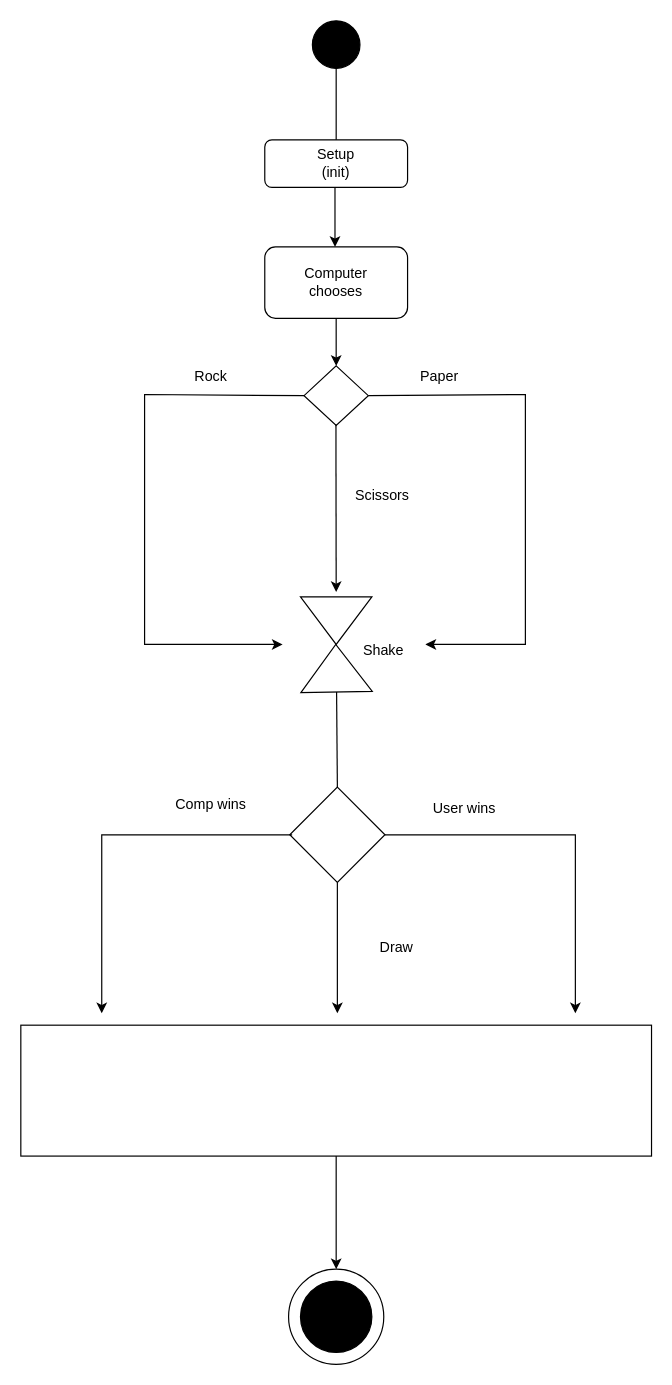
This is rockpaperscissors.drawio from feli5659/rockpaperscissors, a draw.io file, before an edit. Source tidied: cells renumbered, new cells numbered last; positions are measured from the earlier drawing's top-left corner, leaving out a move shared by most shapes. Both pictures are drawn from the tidied source at 119%, with x=0, y=0 at pixel (20, 20).
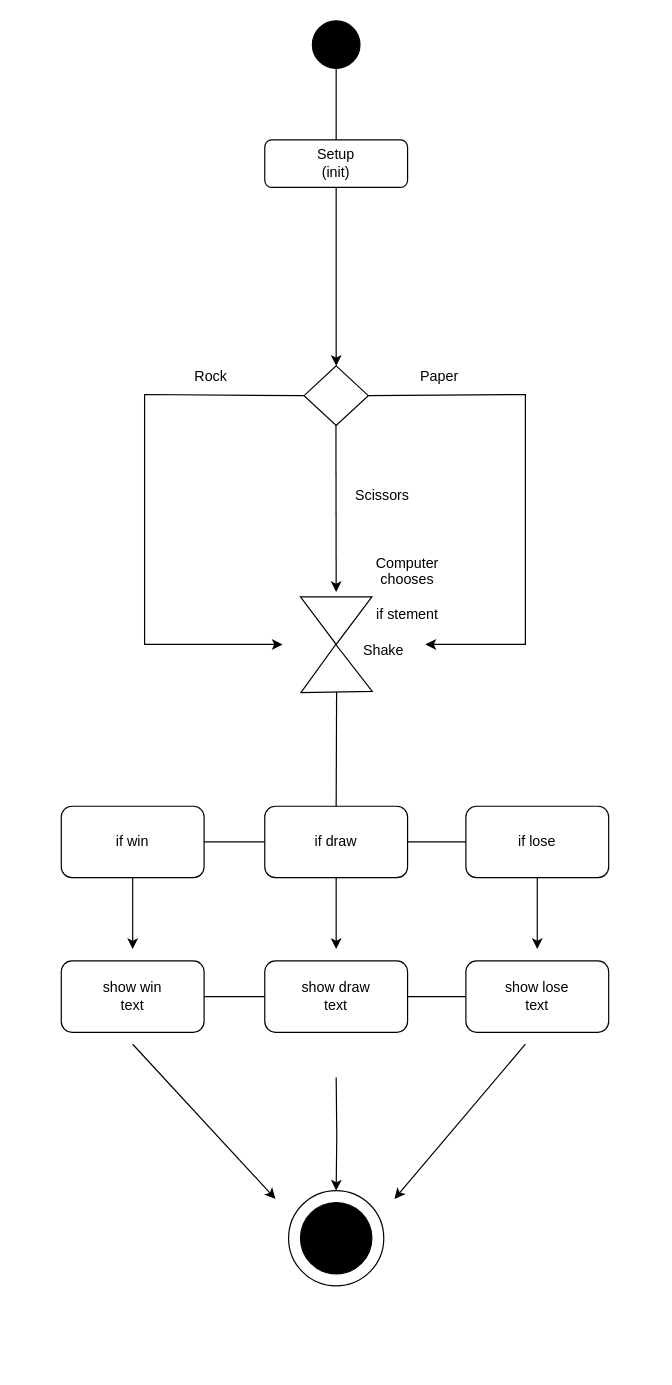
The same page after the edit.

Commit message (it also covers changes not shown here):
add rockpaperscissors to exercises folder

The change refers to these unchanged cells:
```xml
<mxCell id="14" style="triangle;whiteSpace=wrap;html=1;strokeColor=default;fillColor=#ffffff;rotation=-91;" parent="1" vertex="1">
  <mxGeometry x="245" y="514" width="40" height="60" as="geometry" />
</mxCell>
<mxCell id="26" style="rhombus;whiteSpace=wrap;html=1;strokeColor=default;fillColor=none;" parent="1" vertex="1">
  <mxGeometry x="238" y="290" width="54" height="50" as="geometry" />
</mxCell>
<mxCell id="27" style="rounded=1;whiteSpace=wrap;html=1;strokeColor=default;fillColor=none;" parent="1" vertex="1">
  <mxGeometry x="205" y="100" width="120" height="40" as="geometry" />
</mxCell>
```

Diff of the diagram source:
```diff
@@
-    <mxCell id="9" style="edgeStyle=orthogonalEdgeStyle;rounded=0;jettySize=auto;html=1;strokeColor=#000000;fillColor=#000000;" parent="1" edge="1" source="10" target="26">
+    <mxCell id="9" style="edgeStyle=orthogonalEdgeStyle;rounded=0;jettySize=auto;html=1;strokeColor=#000000;fillColor=#000000;exitX=0.5;exitY=1;exitDx=0;exitDy=0;" parent="1" edge="1" source="27" target="26">
       <mxGeometry relative="1" as="geometry" />
     </mxCell>
-    <mxCell id="10" style="rounded=1;whiteSpace=wrap;html=1;strokeColor=default;fillColor=#ffffff;" parent="1" vertex="1">
-      <mxGeometry x="205" y="190" width="120" height="60" as="geometry" />
-    </mxCell>
-    <mxCell id="11" value="Computer chooses" style="text;html=1;strokeColor=none;fillColor=none;align=center;verticalAlign=middle;whiteSpace=wrap;rounded=0;" parent="1" vertex="1">
-      <mxGeometry x="235" y="205" width="60" height="30" as="geometry" />
+    <mxCell id="11" value="Computer chooses&lt;br&gt;&lt;br&gt;if stement" style="text;html=1;strokeColor=none;fillColor=none;align=center;verticalAlign=middle;whiteSpace=wrap;rounded=0;" parent="1" vertex="1">
+      <mxGeometry x="295" y="440" width="60" height="74" as="geometry" />
     </mxCell>
@@
-    <mxCell id="16" style="rhombus;whiteSpace=wrap;html=1;strokeColor=default;fillColor=#ffffff;" parent="1" vertex="1">
-      <mxGeometry x="226" y="644" width="80" height="80" as="geometry" />
-    </mxCell>
-    <mxCell id="17" style="endArrow=none;html=1;rounded=0;fillColor=#ffffff;entryX=0;entryY=0.5;entryDx=0;entryDy=0;exitX=0.5;exitY=0;exitDx=0;exitDy=0;" parent="1" edge="1" source="16" target="14">
+    <mxCell id="17" style="endArrow=none;html=1;rounded=0;fillColor=#ffffff;entryX=0;entryY=0.5;entryDx=0;entryDy=0;exitX=0.5;exitY=0;exitDx=0;exitDy=0;" parent="1" edge="1" source="36" target="14">
       <mxGeometry relative="1" as="geometry" />
     </mxCell>
-    <mxCell id="18" value="Comp wins" style="text;html=1;strokeColor=none;fillColor=none;align=center;verticalAlign=middle;whiteSpace=wrap;rounded=0;" parent="1" vertex="1">
-      <mxGeometry x="120" y="644" width="80" height="30" as="geometry" />
-    </mxCell>
-    <mxCell id="19" value="User wins" style="text;html=1;strokeColor=none;fillColor=none;align=center;verticalAlign=middle;whiteSpace=wrap;rounded=0;" parent="1" vertex="1">
-      <mxGeometry x="333" y="647" width="80" height="30" as="geometry" />
-    </mxCell>
-    <mxCell id="20" value="Draw" style="text;html=1;strokeColor=none;fillColor=none;align=center;verticalAlign=middle;whiteSpace=wrap;rounded=0;" parent="1" vertex="1">
-      <mxGeometry x="276" y="764" width="80" height="30" as="geometry" />
-    </mxCell>
-    <mxCell id="21" style="endArrow=classic;html=1;rounded=0;fillColor=#ffffff;exitX=0.5;exitY=1;exitDx=0;exitDy=0;" parent="1" edge="1" source="16">
-      <mxGeometry relative="1" as="geometry">
-        <mxPoint x="266" y="834" as="targetPoint" />
-      </mxGeometry>
-    </mxCell>
-    <mxCell id="22" style="endArrow=classic;html=1;rounded=0;fillColor=#ffffff;exitX=1;exitY=0.5;exitDx=0;exitDy=0;" parent="1" edge="1">
-      <mxGeometry relative="1" as="geometry">
-        <mxPoint x="306" y="684" as="sourcePoint" />
-        <mxPoint x="466" y="834" as="targetPoint" />
-        <Array as="points">
-          <mxPoint x="466" y="684" />
-        </Array>
-      </mxGeometry>
-    </mxCell>
-    <mxCell id="23" style="endArrow=classic;html=1;rounded=0;fillColor=#ffffff;exitX=0;exitY=0.5;exitDx=0;exitDy=0;" parent="1" edge="1">
-      <mxGeometry relative="1" as="geometry">
-        <mxPoint x="228" y="684" as="sourcePoint" />
-        <mxPoint x="68" y="834" as="targetPoint" />
-        <Array as="points">
-          <mxPoint x="68" y="684" />
-        </Array>
-      </mxGeometry>
-    </mxCell>
-    <mxCell id="24" style="edgeStyle=orthogonalEdgeStyle;rounded=0;jettySize=auto;html=1;strokeColor=#000000;fillColor=#000000;" parent="1" edge="1" source="25" target="30">
-      <mxGeometry relative="1" as="geometry" />
+    <mxCell id="24" style="edgeStyle=orthogonalEdgeStyle;rounded=0;jettySize=auto;html=1;strokeColor=#000000;fillColor=#000000;" parent="1" edge="1" target="30">
+      <mxGeometry relative="1" as="geometry">
+        <mxPoint x="265" y="888" as="sourcePoint" />
+      </mxGeometry>
     </mxCell>
-    <mxCell id="25" style="rounded=0;whiteSpace=wrap;html=1;strokeColor=default;fillColor=#ffffff;" parent="1" vertex="1">
-      <mxGeometry y="844" width="530" height="110" as="geometry" />
-    </mxCell>
@@
-    <mxCell id="28" style="edgeStyle=orthogonalEdgeStyle;rounded=0;orthogonalLoop=1;jettySize=auto;html=1;strokeColor=#000000;fillColor=#000000;" parent="1" edge="1">
-      <mxGeometry relative="1" as="geometry">
-        <mxPoint x="264" y="140" as="sourcePoint" />
-        <mxPoint x="264" y="190" as="targetPoint" />
-        <Array as="points">
-          <mxPoint x="264" y="150" />
-          <mxPoint x="264" y="150" />
-        </Array>
-      </mxGeometry>
-    </mxCell>
@@
     <mxCell id="30" style="ellipse;whiteSpace=wrap;html=1;fillColor=#ffffff;rounded=0;" parent="1" vertex="1">
-      <mxGeometry x="225" y="1049" width="80" height="80" as="geometry" />
+      <mxGeometry x="225" y="983" width="80" height="80" as="geometry" />
     </mxCell>
     <mxCell id="31" style="ellipse;whiteSpace=wrap;html=1;strokeColor=default;fillColor=#000000;" parent="1" vertex="1">
-      <mxGeometry x="235" y="1059" width="60" height="60" as="geometry" />
+      <mxGeometry x="235" y="993" width="60" height="60" as="geometry" />
     </mxCell>
+    <mxCell id="32" style="edgeStyle=none;html=1;" parent="1" edge="1" source="33" target="39">
+      <mxGeometry relative="1" as="geometry" />
+    </mxCell>
+    <mxCell id="33" style="rounded=1;whiteSpace=wrap;html=1;" parent="1" vertex="1">
+      <mxGeometry x="34" y="660" width="120" height="60" as="geometry" />
+    </mxCell>
+    <mxCell id="34" style="edgeStyle=none;html=1;" parent="1" edge="1" source="36" target="40">
+      <mxGeometry relative="1" as="geometry" />
+    </mxCell>
+    <mxCell id="35" style="edgeStyle=none;html=1;" parent="1" edge="1" source="36">
+      <mxGeometry relative="1" as="geometry">
+        <mxPoint x="265" y="780" as="targetPoint" />
+      </mxGeometry>
+    </mxCell>
+    <mxCell id="36" style="rounded=1;whiteSpace=wrap;html=1;" parent="1" vertex="1">
+      <mxGeometry x="205" y="660" width="120" height="60" as="geometry" />
+    </mxCell>
+    <mxCell id="37" style="rounded=1;whiteSpace=wrap;html=1;" parent="1" vertex="1">
+      <mxGeometry x="374" y="660" width="120" height="60" as="geometry" />
+    </mxCell>
+    <mxCell id="38" value="if win" style="text;html=1;strokeColor=none;fillColor=none;align=center;verticalAlign=middle;whiteSpace=wrap;rounded=0;" parent="1" vertex="1">
+      <mxGeometry x="64" y="675" width="60" height="30" as="geometry" />
+    </mxCell>
+    <mxCell id="39" value="if draw" style="text;html=1;strokeColor=none;fillColor=none;align=center;verticalAlign=middle;whiteSpace=wrap;rounded=0;" parent="1" vertex="1">
+      <mxGeometry x="235" y="675" width="60" height="30" as="geometry" />
+    </mxCell>
+    <mxCell id="40" value="if lose" style="text;html=1;strokeColor=none;fillColor=none;align=center;verticalAlign=middle;whiteSpace=wrap;rounded=0;" parent="1" vertex="1">
+      <mxGeometry x="404" y="675" width="60" height="30" as="geometry" />
+    </mxCell>
+    <mxCell id="41" style="edgeStyle=none;html=1;" parent="1" edge="1" source="42" target="47">
+      <mxGeometry relative="1" as="geometry" />
+    </mxCell>
+    <mxCell id="42" style="rounded=1;whiteSpace=wrap;html=1;" parent="1" vertex="1">
+      <mxGeometry x="34" y="790" width="120" height="60" as="geometry" />
+    </mxCell>
+    <mxCell id="43" style="edgeStyle=none;html=1;" parent="1" edge="1" source="44" target="48">
+      <mxGeometry relative="1" as="geometry" />
+    </mxCell>
+    <mxCell id="44" style="rounded=1;whiteSpace=wrap;html=1;" parent="1" vertex="1">
+      <mxGeometry x="205" y="790" width="120" height="60" as="geometry" />
+    </mxCell>
+    <mxCell id="45" style="rounded=1;whiteSpace=wrap;html=1;" parent="1" vertex="1">
+      <mxGeometry x="374" y="790" width="120" height="60" as="geometry" />
+    </mxCell>
+    <mxCell id="46" value="show win text" style="text;html=1;strokeColor=none;fillColor=none;align=center;verticalAlign=middle;whiteSpace=wrap;rounded=0;" parent="1" vertex="1">
+      <mxGeometry x="64" y="805" width="60" height="30" as="geometry" />
+    </mxCell>
+    <mxCell id="47" value="show draw text" style="text;html=1;strokeColor=none;fillColor=none;align=center;verticalAlign=middle;whiteSpace=wrap;rounded=0;" parent="1" vertex="1">
+      <mxGeometry x="235" y="805" width="60" height="30" as="geometry" />
+    </mxCell>
+    <mxCell id="48" value="show lose text" style="text;html=1;strokeColor=none;fillColor=none;align=center;verticalAlign=middle;whiteSpace=wrap;rounded=0;" parent="1" vertex="1">
+      <mxGeometry x="404" y="805" width="60" height="30" as="geometry" />
+    </mxCell>
+    <mxCell id="49" style="edgeStyle=none;html=1;exitX=0.5;exitY=1;exitDx=0;exitDy=0;" parent="1" edge="1" source="37">
+      <mxGeometry relative="1" as="geometry">
+        <mxPoint x="434" y="780" as="targetPoint" />
+      </mxGeometry>
+    </mxCell>
+    <mxCell id="50" style="edgeStyle=none;html=1;exitX=0.5;exitY=1;exitDx=0;exitDy=0;" parent="1" edge="1" source="33">
+      <mxGeometry relative="1" as="geometry">
+        <mxPoint x="94" y="780" as="targetPoint" />
+      </mxGeometry>
+    </mxCell>
+    <mxCell id="51" style="edgeStyle=none;html=1;" parent="1" edge="1">
+      <mxGeometry relative="1" as="geometry">
+        <mxPoint x="424" y="860" as="sourcePoint" />
+        <mxPoint x="314" y="990" as="targetPoint" />
+      </mxGeometry>
+    </mxCell>
+    <mxCell id="52" style="edgeStyle=none;html=1;" parent="1" edge="1">
+      <mxGeometry relative="1" as="geometry">
+        <mxPoint x="94" y="860" as="sourcePoint" />
+        <mxPoint x="214" y="990" as="targetPoint" />
+      </mxGeometry>
+    </mxCell>
```
